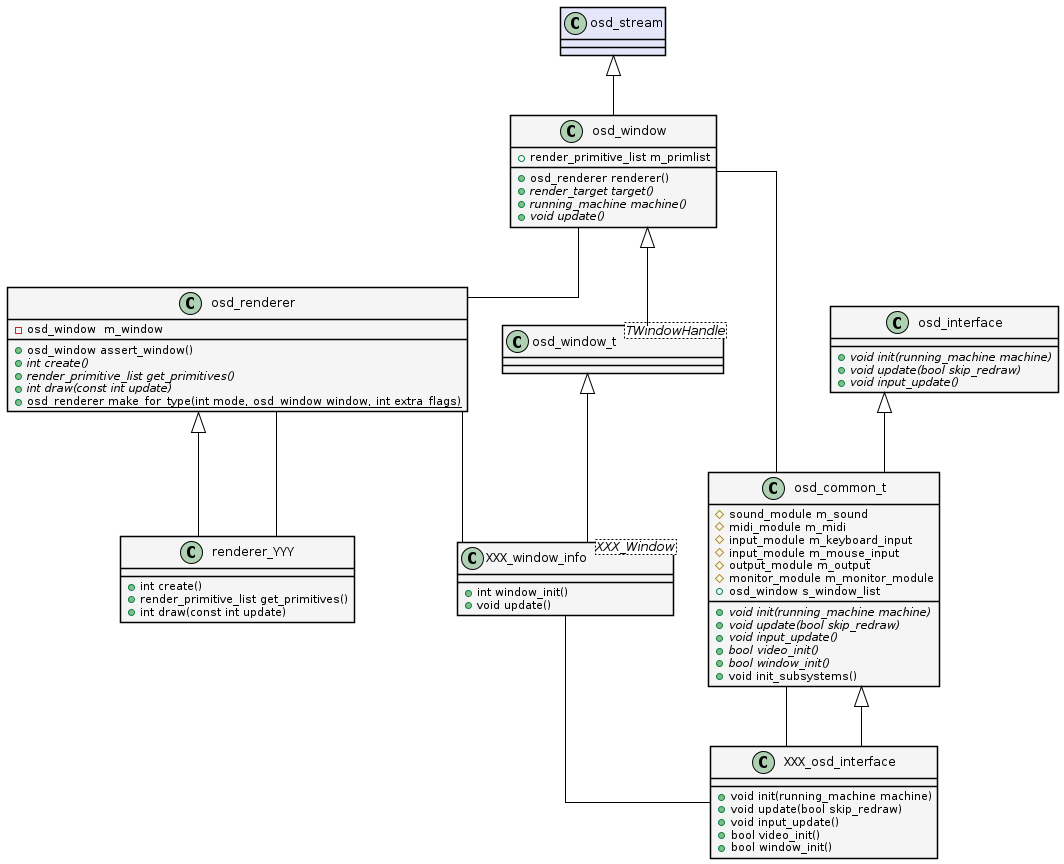
The PlantUML diagram Streaming/UML/class.png in mikymaione/MAMEStreamingPlatform, before a commit. Its source is kept beside it as Streaming/UML/class.puml.
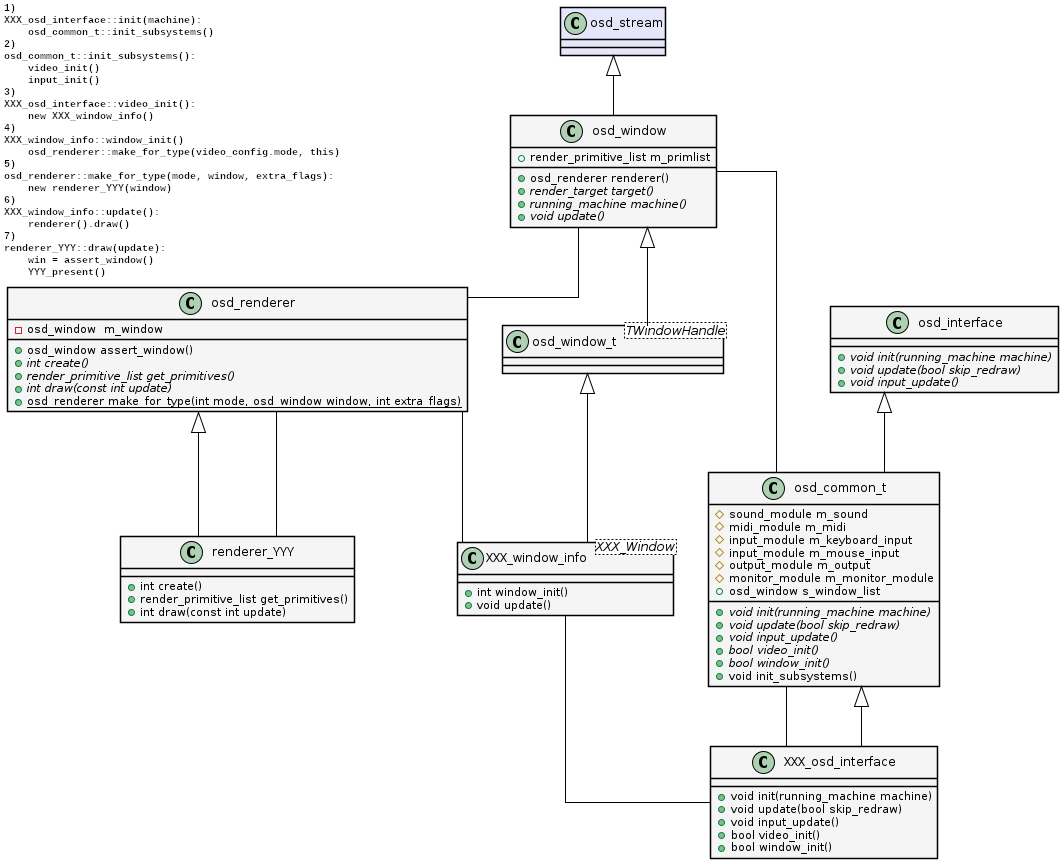
After the commit.

Change to the diagram source:
```diff
@@ -27,7 +27,11 @@
 osd_window -- osd_renderer
 renderer_YYY -- osd_renderer
 
-class osd_window_t<TWindowHandle> extends osd_window
+class osd_window_t<TWindowHandle> extends osd_window {
+    -TWindowHandle platform_window
+    +TWindowHandle platform_window()
+	+void set_platform_window(TWindowHandle window)
+}
 
 class osd_stream #Lavender
 
```
